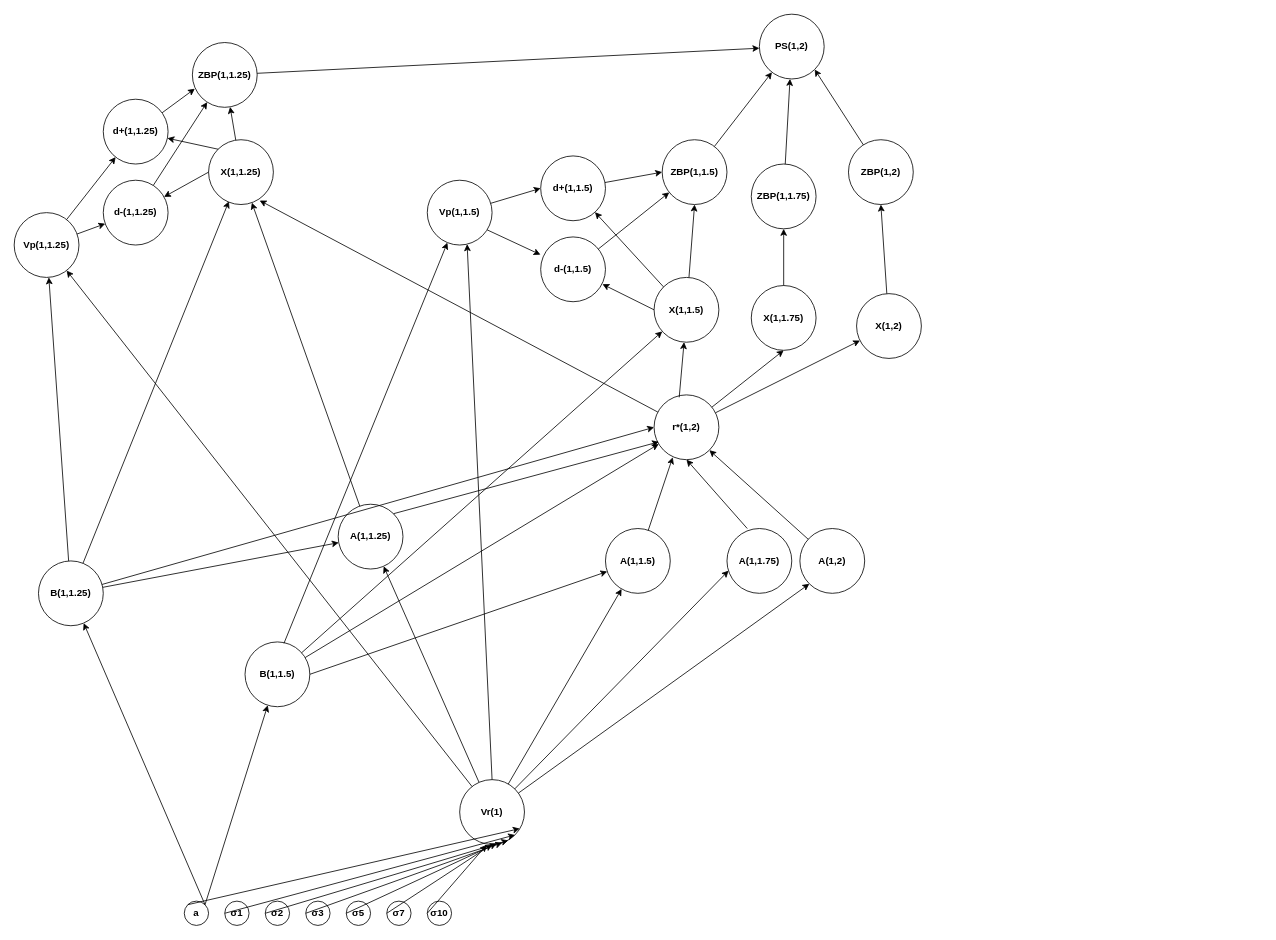
Earlier version of the draw.io diagram HullWhite Diagram.drawio (lee3jjang/painter). Source tidied: cells renumbered, new cells numbered last; positions are measured from the earlier drawing's top-left corner, leaving out a move shared by most shapes. Both pictures are drawn from the tidied source at 81%, with x=0, y=0 at pixel (14, 14).
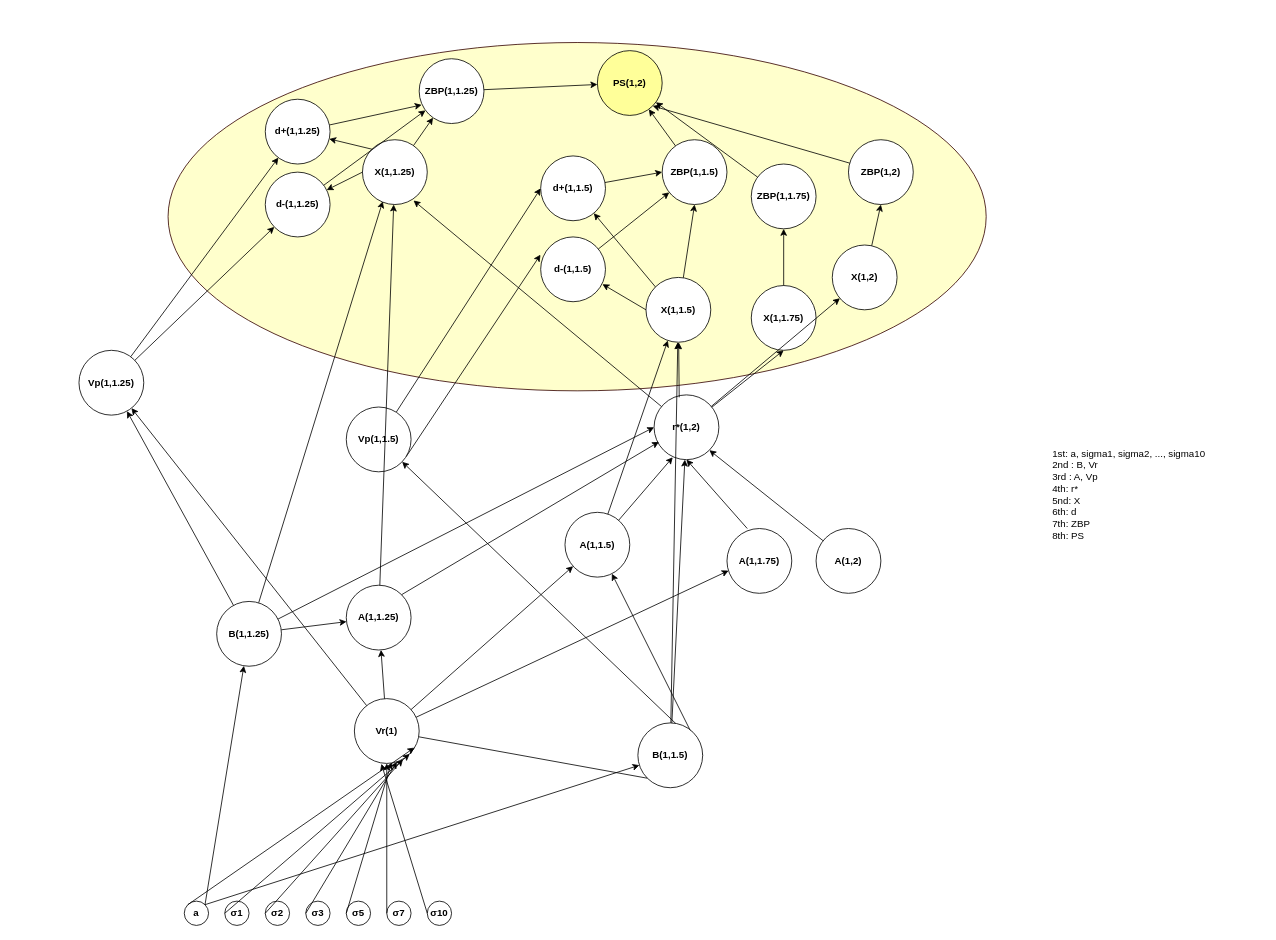
Above is the later version.

What changed in the source:
```diff
@@
+    <mxCell id="84" style="ellipse;whiteSpace=wrap;html=1;strokeColor=#330000;fillColor=#FFFFCC;" parent="1" vertex="1">
+      <mxGeometry x="190" y="35" width="1010" height="430" as="geometry" />
+    </mxCell>
-    <mxCell id="2" value="PS(1,2)" style="ellipse;whiteSpace=wrap;html=1;fontStyle=1;" parent="1" vertex="1">
-      <mxGeometry x="920" width="80" height="80" as="geometry" />
+    <mxCell id="2" value="PS(1,2)" style="ellipse;whiteSpace=wrap;html=1;fontStyle=1;fillColor=#FFFF99;" parent="1" vertex="1">
+      <mxGeometry x="720" y="45" width="80" height="80" as="geometry" />
     </mxCell>
     <mxCell id="3" value="ZBP(1,1.25)" style="ellipse;whiteSpace=wrap;html=1;fontStyle=1;" parent="1" vertex="1">
-      <mxGeometry x="220" y="35" width="80" height="80" as="geometry" />
+      <mxGeometry x="500" y="55" width="80" height="80" as="geometry" />
     </mxCell>
@@
     <mxCell id="7" value="X(1,1.25)" style="ellipse;whiteSpace=wrap;html=1;fontStyle=1;" parent="1" vertex="1">
-      <mxGeometry x="240" y="155" width="80" height="80" as="geometry" />
+      <mxGeometry x="430" y="155" width="80" height="80" as="geometry" />
     </mxCell>
     <mxCell id="8" value="X(1,1.5)" style="ellipse;whiteSpace=wrap;html=1;fontStyle=1;" parent="1" vertex="1">
-      <mxGeometry x="790" y="325" width="80" height="80" as="geometry" />
+      <mxGeometry x="780" y="325" width="80" height="80" as="geometry" />
     </mxCell>
@@
     <mxCell id="10" value="X(1,2)" style="ellipse;whiteSpace=wrap;html=1;fontStyle=1;fillColor=#FFFFFF;" parent="1" vertex="1">
-      <mxGeometry x="1040" y="345" width="80" height="80" as="geometry" />
+      <mxGeometry x="1010" y="285" width="80" height="80" as="geometry" />
     </mxCell>
@@
     <mxCell id="16" value="d+(1,1.25)" style="ellipse;whiteSpace=wrap;html=1;fontStyle=1;" parent="1" vertex="1">
-      <mxGeometry x="110" y="105" width="80" height="80" as="geometry" />
+      <mxGeometry x="310" y="105" width="80" height="80" as="geometry" />
     </mxCell>
     <mxCell id="17" value="d-(1,1.25)" style="ellipse;whiteSpace=wrap;html=1;fontStyle=1;direction=south;" parent="1" vertex="1">
-      <mxGeometry x="110" y="205" width="80" height="80" as="geometry" />
+      <mxGeometry x="310" y="195" width="80" height="80" as="geometry" />
     </mxCell>
@@
     <mxCell id="22" value="Vp(1,1.25)" style="ellipse;whiteSpace=wrap;html=1;fontStyle=1;" parent="1" vertex="1">
-      <mxGeometry y="245" width="80" height="80" as="geometry" />
+      <mxGeometry x="80" y="415" width="80" height="80" as="geometry" />
     </mxCell>
@@
     <mxCell id="30" value="Vr(1)" style="ellipse;whiteSpace=wrap;html=1;fontStyle=1;" parent="1" vertex="1">
-      <mxGeometry x="550" y="945" width="80" height="80" as="geometry" />
+      <mxGeometry x="420" y="845" width="80" height="80" as="geometry" />
     </mxCell>
-    <mxCell id="31" value="B(1,1.25)" style="ellipse;whiteSpace=wrap;html=1;fontStyle=1;" parent="1" vertex="1">
-      <mxGeometry x="30" y="675" width="80" height="80" as="geometry" />
-    </mxCell>
@@
     <mxCell id="49" value="A(1,1.25)" style="ellipse;whiteSpace=wrap;html=1;fontStyle=1;" parent="1" vertex="1">
-      <mxGeometry x="400" y="605" width="80" height="80" as="geometry" />
+      <mxGeometry x="410" y="705" width="80" height="80" as="geometry" />
     </mxCell>
-    <mxCell id="50" style="endArrow=classic;html=1;rounded=0;" parent="1" edge="1" source="49" target="7">
-      <mxGeometry relative="1" as="geometry" />
-    </mxCell>
@@
     <mxCell id="53" value="A(1,1.5)" style="ellipse;whiteSpace=wrap;html=1;fontStyle=1;" parent="1" vertex="1">
-      <mxGeometry x="730" y="635" width="80" height="80" as="geometry" />
+      <mxGeometry x="680" y="615" width="80" height="80" as="geometry" />
     </mxCell>
@@
     <mxCell id="55" value="A(1,2)" style="ellipse;whiteSpace=wrap;html=1;fontStyle=1;" parent="1" vertex="1">
-      <mxGeometry x="970" y="635" width="80" height="80" as="geometry" />
+      <mxGeometry x="990" y="635" width="80" height="80" as="geometry" />
     </mxCell>
@@
-    <mxCell id="66" style="endArrow=classic;html=1;rounded=0;entryX=0;entryY=1;entryDx=0;entryDy=0;" parent="1" edge="1" source="30" target="55">
-      <mxGeometry relative="1" as="geometry" />
-    </mxCell>
@@
-    <mxCell id="69" value="Vp(1,1.5)" style="ellipse;whiteSpace=wrap;html=1;fontStyle=1;" parent="1" vertex="1">
-      <mxGeometry x="510" y="205" width="80" height="80" as="geometry" />
-    </mxCell>
@@
-    <mxCell id="76" style="endArrow=classic;html=1;rounded=0;exitX=0.5;exitY=0;exitDx=0;exitDy=0;entryX=0.615;entryY=0.987;entryDx=0;entryDy=0;entryPerimeter=0;" parent="1" edge="1" source="30" target="69">
-      <mxGeometry relative="1" as="geometry" />
-    </mxCell>
-    <mxCell id="77" value="B(1,1.5)" style="ellipse;whiteSpace=wrap;html=1;fontStyle=1;" parent="1" vertex="1">
-      <mxGeometry x="285" y="775" width="80" height="80" as="geometry" />
-    </mxCell>
@@
+    <mxCell id="69" value="Vp(1,1.5)" style="ellipse;whiteSpace=wrap;html=1;fontStyle=1;" parent="1" vertex="1">
+      <mxGeometry x="410" y="485" width="80" height="80" as="geometry" />
+    </mxCell>
+    <mxCell id="77" value="B(1,1.5)" style="ellipse;whiteSpace=wrap;html=1;fontStyle=1;" parent="1" vertex="1">
+      <mxGeometry x="770" y="875" width="80" height="80" as="geometry" />
+    </mxCell>
+    <mxCell id="85" style="endArrow=none;html=1;rounded=0;entryX=0;entryY=1;entryDx=0;entryDy=0;" parent="1" edge="1" source="30" target="77">
+      <mxGeometry relative="1" as="geometry" />
+    </mxCell>
+    <mxCell id="31" value="B(1,1.25)" style="ellipse;whiteSpace=wrap;html=1;fontStyle=1;" parent="1" vertex="1">
+      <mxGeometry x="250" y="725" width="80" height="80" as="geometry" />
+    </mxCell>
+    <mxCell id="50" style="endArrow=classic;html=1;rounded=0;" parent="1" edge="1" source="49" target="7">
+      <mxGeometry relative="1" as="geometry" />
+    </mxCell>
+    <mxCell id="86" style="endArrow=classic;html=1;rounded=0;" parent="1" edge="1" source="53" target="8">
+      <mxGeometry relative="1" as="geometry" />
+    </mxCell>
+    <mxCell id="87" value="1st: a, sigma1, sigma2, ..., sigma10&lt;br&gt;2nd : B, Vr&lt;br&gt;3rd : A, Vp&lt;br&gt;4th: r*&lt;br&gt;5nd: X&lt;br&gt;6th: d&lt;br&gt;7th: ZBP&lt;br&gt;8th: PS" style="text;html=1;strokeColor=none;fillColor=none;align=left;verticalAlign=middle;whiteSpace=wrap;rounded=0;" parent="1" vertex="1">
+      <mxGeometry x="1280" y="520" width="260" height="145" as="geometry" />
+    </mxCell>
```
